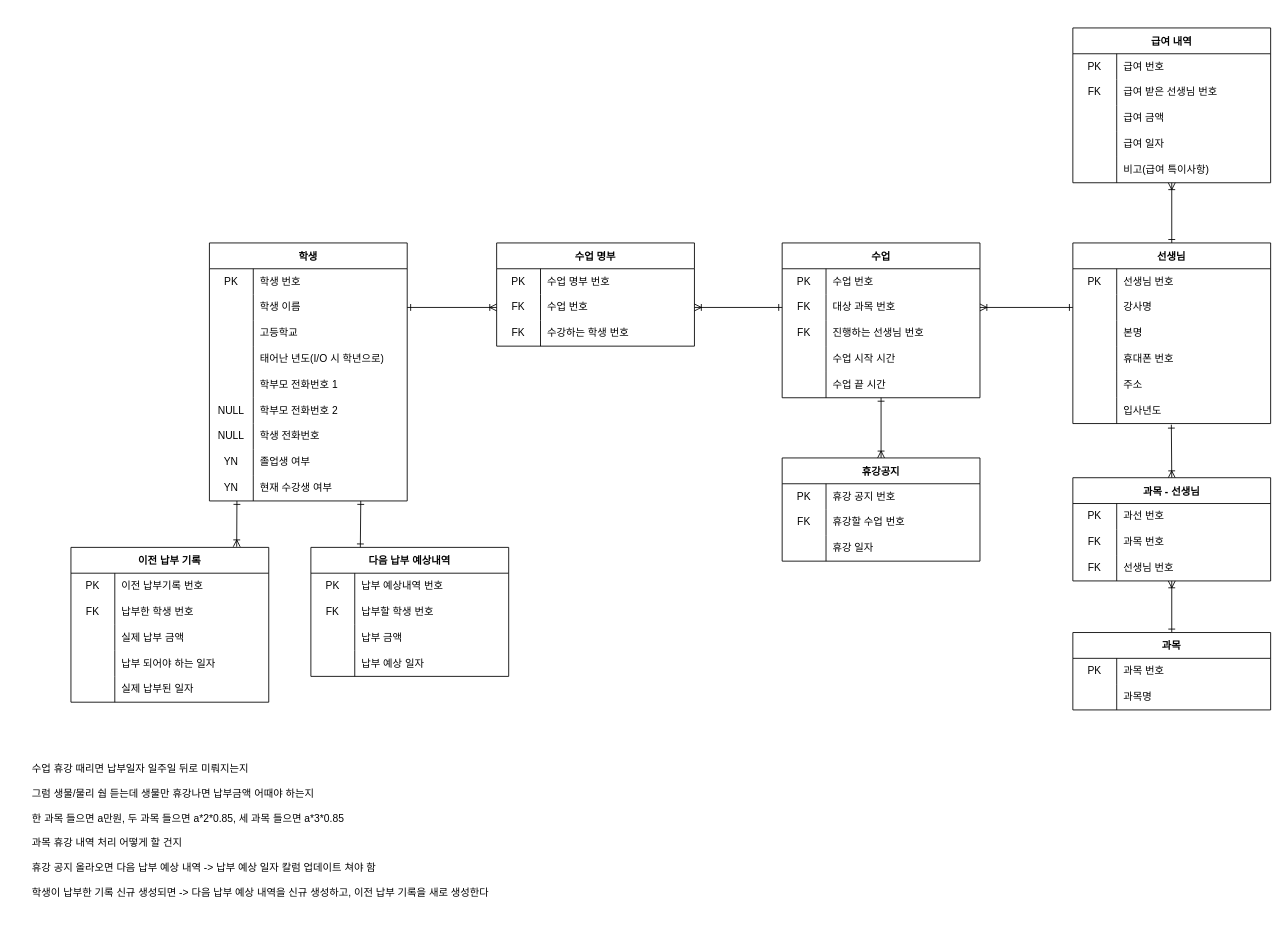
This is 제목 없는 다이어그램.drawio from isemang/TIL, a draw.io file, before an edit. Source tidied: cells renumbered, new cells numbered last; positions are measured from the earlier drawing's top-left corner, leaving out a move shared by most shapes. Both pictures are drawn from the tidied source at 86%, with x=0, y=0 at pixel (28, 28).
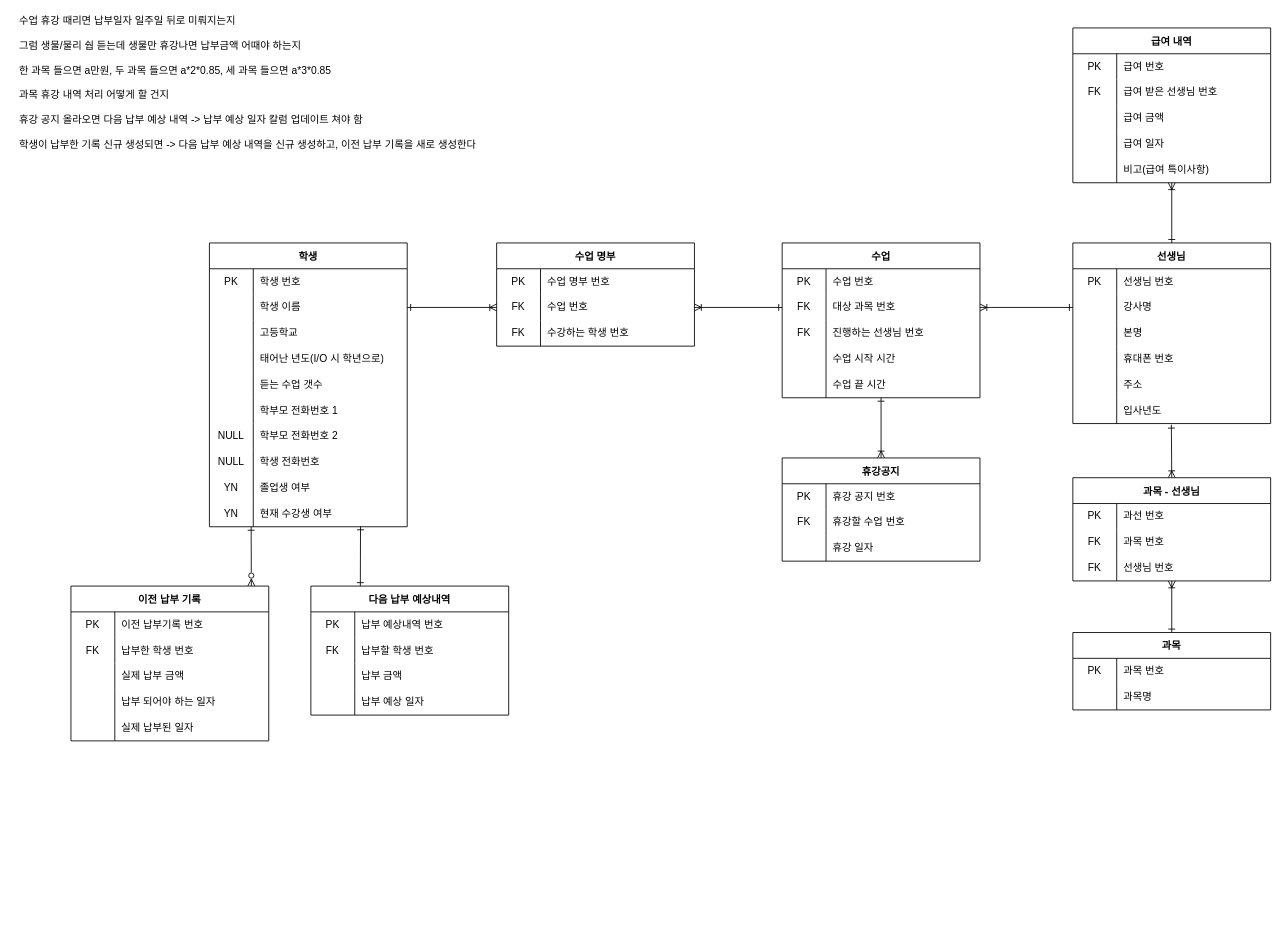
After the change.

The change refers to these unchanged cells:
```xml
<mxCell id="15" style="shape=tableRow;horizontal=0;startSize=0;swimlaneHead=0;swimlaneBody=0;top=0;left=0;bottom=0;right=0;fillColor=none;" parent="2" vertex="1">
  <mxGeometry y="150" width="230" height="30" as="geometry" />
</mxCell>
```

The edit, as a diff of the source:
```diff
@@
     <mxCell id="2" value="학생" style="shape=table;startSize=30;childLayout=tableLayout;rowLines=0;fontStyle=1;" parent="1" vertex="1">
-      <mxGeometry x="211" y="250" width="230" height="300" as="geometry" />
+      <mxGeometry x="211" y="250" width="230" height="330" as="geometry" />
     </mxCell>
@@
-    <mxCell id="17" value="학부모 전화번호 1" style="shape=partialRectangle;html=1;whiteSpace=wrap;fillColor=none;top=0;left=0;bottom=0;right=0;align=left;spacingLeft=6;overflow=hidden;" parent="15" vertex="1">
+    <mxCell id="17" value="듣는 수업 갯수" style="shape=partialRectangle;html=1;whiteSpace=wrap;fillColor=none;top=0;left=0;bottom=0;right=0;align=left;spacingLeft=6;overflow=hidden;" parent="15" vertex="1">
       <mxGeometry x="51" width="179" height="30" as="geometry" />
     </mxCell>
+    <mxCell id="157" style="shape=tableRow;horizontal=0;startSize=0;swimlaneHead=0;swimlaneBody=0;top=0;left=0;bottom=0;right=0;fillColor=none;" parent="2" vertex="1">
+      <mxGeometry y="180" width="230" height="30" as="geometry" />
+    </mxCell>
+    <mxCell id="158" style="shape=partialRectangle;html=1;whiteSpace=wrap;fillColor=none;top=0;left=0;bottom=0;right=0;overflow=hidden;" parent="157" vertex="1">
+      <mxGeometry width="51" height="30" as="geometry" />
+    </mxCell>
+    <mxCell id="159" value="학부모 전화번호 1" style="shape=partialRectangle;html=1;whiteSpace=wrap;fillColor=none;top=0;left=0;bottom=0;right=0;align=left;spacingLeft=6;overflow=hidden;" parent="157" vertex="1">
+      <mxGeometry x="51" width="179" height="30" as="geometry" />
+    </mxCell>
     <mxCell id="18" style="shape=tableRow;horizontal=0;startSize=0;swimlaneHead=0;swimlaneBody=0;top=0;left=0;bottom=0;right=0;fillColor=none;" parent="2" vertex="1">
-      <mxGeometry y="180" width="230" height="30" as="geometry" />
+      <mxGeometry y="210" width="230" height="30" as="geometry" />
     </mxCell>
@@
     <mxCell id="21" style="shape=tableRow;horizontal=0;startSize=0;swimlaneHead=0;swimlaneBody=0;top=0;left=0;bottom=0;right=0;fillColor=none;" parent="2" vertex="1">
-      <mxGeometry y="210" width="230" height="30" as="geometry" />
+      <mxGeometry y="240" width="230" height="30" as="geometry" />
     </mxCell>
@@
     <mxCell id="24" style="shape=tableRow;horizontal=0;startSize=0;swimlaneHead=0;swimlaneBody=0;top=0;left=0;bottom=0;right=0;fillColor=none;" parent="2" vertex="1">
-      <mxGeometry y="240" width="230" height="30" as="geometry" />
+      <mxGeometry y="270" width="230" height="30" as="geometry" />
     </mxCell>
@@
     <mxCell id="27" style="shape=tableRow;horizontal=0;startSize=0;swimlaneHead=0;swimlaneBody=0;top=0;left=0;bottom=0;right=0;fillColor=none;points=[[0,0.5],[1,0.5]];portConstraint=eastwest;" parent="2" vertex="1">
-      <mxGeometry y="270" width="230" height="30" as="geometry" />
+      <mxGeometry y="300" width="230" height="30" as="geometry" />
     </mxCell>
@@
     <mxCell id="95" value="이전 납부 기록" style="shape=table;startSize=30;childLayout=tableLayout;rowLines=0;fontStyle=1;" parent="1" vertex="1">
-      <mxGeometry x="50" y="604" width="230" height="180" as="geometry" />
+      <mxGeometry x="50" y="649" width="230" height="180" as="geometry" />
     </mxCell>
@@
     <mxCell id="111" value="수업 휴강 때리면 납부일자 일주일 뒤로 미뤄지는지&lt;br&gt;&lt;br&gt;그럼 생물/물리 쉅 듣는데 생물만 휴강나면 납부금액 어때야 하는지&lt;br&gt;&lt;br&gt;한 과목 들으면 a만원, 두 과목 들으면 a*2*0.85, 세 과목 들으면 a*3*0.85&lt;br&gt;&lt;br&gt;과목 휴강 내역 처리 어떻게 할 건지&lt;br&gt;&lt;br&gt;휴강 공지 올라오면 다음 납부 예상 내역 -&amp;gt; 납부 예상 일자 칼럼 업데이트 쳐야 함&lt;br&gt;&lt;br&gt;학생이 납부한 기록 신규 생성되면 -&amp;gt; 다음 납부 예상 내역을 신규 생성하고, 이전 납부 기록을 새로 생성한다" style="text;html=1;strokeColor=none;fillColor=none;spacing=5;spacingTop=-20;whiteSpace=wrap;overflow=hidden;rounded=0;" parent="1" vertex="1">
-      <mxGeometry y="865" width="660" height="175" as="geometry" />
+      <mxGeometry x="-15" y="-5" width="560" height="175" as="geometry" />
     </mxCell>
@@
-    <mxCell id="123" style="edgeStyle=none;rounded=0;jettySize=auto;html=1;fontSize=13;startArrow=ERone;startFill=0;endArrow=ERone;endFill=0;exitX=0.25;exitY=0;exitDx=0;exitDy=0;" parent="1" edge="1" source="124">
-      <mxGeometry relative="1" as="geometry">
-        <mxPoint x="387" y="550" as="targetPoint" />
-      </mxGeometry>
-    </mxCell>
     <mxCell id="124" value="다음 납부 예상내역" style="shape=table;startSize=30;childLayout=tableLayout;rowLines=0;fontStyle=1;" parent="1" vertex="1">
-      <mxGeometry x="329" y="604" width="230" height="150" as="geometry" />
+      <mxGeometry x="329" y="649" width="230" height="150" as="geometry" />
     </mxCell>
@@
-    <mxCell id="137" style="rounded=0;jettySize=auto;html=1;fontSize=13;startArrow=ERone;startFill=0;endArrow=ERoneToMany;endFill=0;entryX=0.838;entryY=-0.004;entryDx=0;entryDy=0;entryPerimeter=0;" parent="1" edge="1" target="95">
-      <mxGeometry relative="1" as="geometry">
-        <mxPoint x="243" y="550" as="sourcePoint" />
-      </mxGeometry>
-    </mxCell>
@@
+    <mxCell id="160" style="endArrow=ERone;html=1;rounded=0;exitX=0.25;exitY=0;exitDx=0;exitDy=0;startArrow=ERone;startFill=0;endFill=0;entryX=0.764;entryY=0.985;entryDx=0;entryDy=0;entryPerimeter=0;" parent="1" edge="1" source="124" target="27">
+      <mxGeometry relative="1" as="geometry" />
+    </mxCell>
+    <mxCell id="161" style="endArrow=ERone;html=1;rounded=0;entryX=0.211;entryY=1.001;entryDx=0;entryDy=0;entryPerimeter=0;exitX=0.912;exitY=-0.001;exitDx=0;exitDy=0;exitPerimeter=0;startArrow=ERzeroToMany;startFill=0;endFill=0;" parent="1" edge="1" source="95" target="27">
+      <mxGeometry relative="1" as="geometry" />
+    </mxCell>
```
